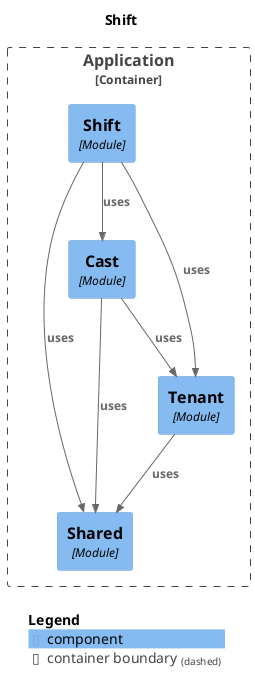
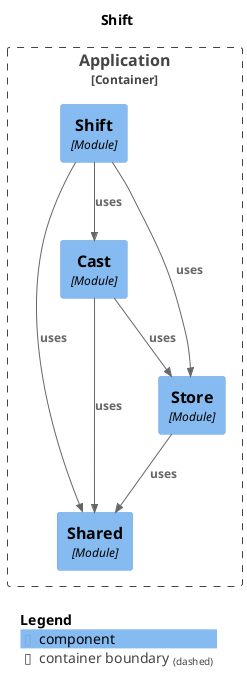
@startuml
set separator none
title Shift

top to bottom direction

!include <C4/C4>
!include <C4/C4_Context>
!include <C4/C4_Component>

Container_Boundary("Application.Application_boundary", "Application", $tags="") {
  Component(Application.Application.Cast, "Cast", $techn="Module", $descr="", $tags="", $link="")
  Component(Application.Application.Shift, "Shift", $techn="Module", $descr="", $tags="", $link="")
  Component(Application.Application.Shared, "Shared", $techn="Module", $descr="", $tags="", $link="")
-   Component(Application.Application.Tenant, "Tenant", $techn="Module", $descr="", $tags="", $link="")
+   Component(Application.Application.Store, "Store", $techn="Module", $descr="", $tags="", $link="")
}

Rel(Application.Application.Shift, Application.Application.Shared, "uses", $techn="", $tags="", $link="")
- Rel(Application.Application.Shift, Application.Application.Tenant, "uses", $techn="", $tags="", $link="")
+ Rel(Application.Application.Shift, Application.Application.Store, "uses", $techn="", $tags="", $link="")
Rel(Application.Application.Shift, Application.Application.Cast, "uses", $techn="", $tags="", $link="")
- Rel(Application.Application.Tenant, Application.Application.Shared, "uses", $techn="", $tags="", $link="")
+ Rel(Application.Application.Store, Application.Application.Shared, "uses", $techn="", $tags="", $link="")
Rel(Application.Application.Cast, Application.Application.Shared, "uses", $techn="", $tags="", $link="")
- Rel(Application.Application.Cast, Application.Application.Tenant, "uses", $techn="", $tags="", $link="")
+ Rel(Application.Application.Cast, Application.Application.Store, "uses", $techn="", $tags="", $link="")

SHOW_LEGEND(true)
@enduml